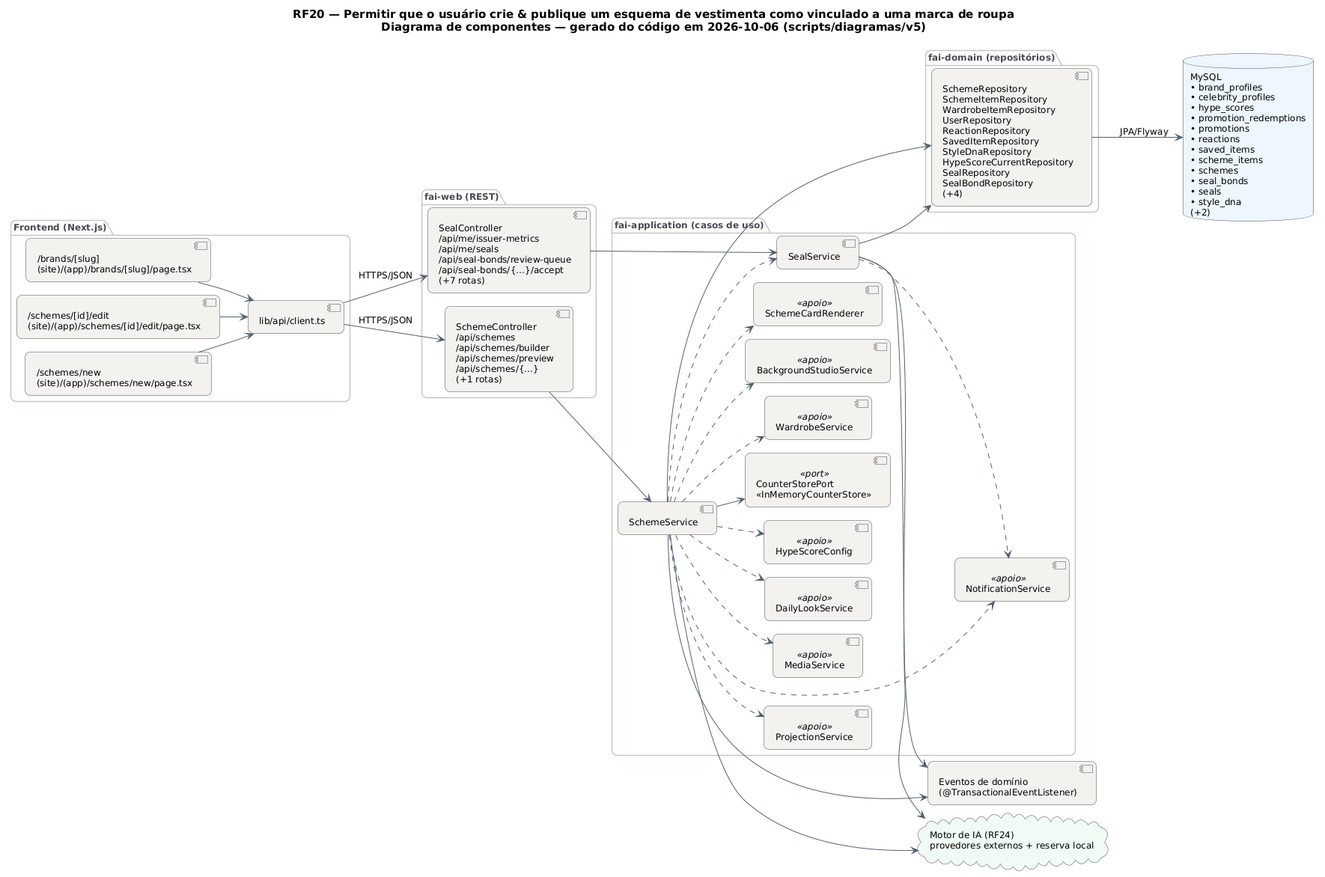
Before: docs/diagramas/RF20/RF20_Componentes.png, a diagram exported from PlantUML (MatheusHaliski/tcc-2026-fashion-ai-backend).
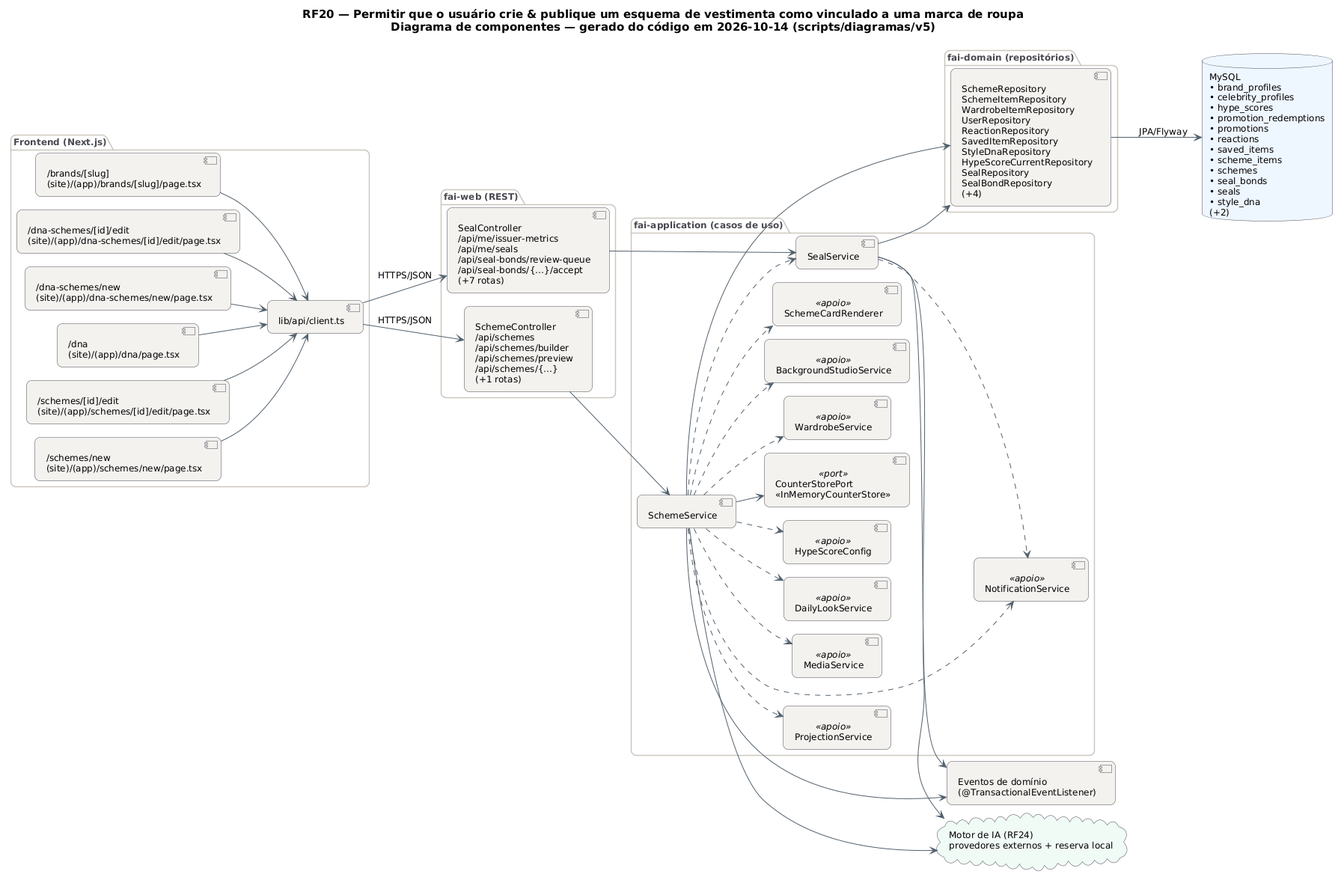
After the change.

What changed in the source:
```diff
@@ -29,12 +29,15 @@
   BorderColor #4A4852
 }
 left to right direction
-title RF20 — Permitir que o usuário crie & publique um esquema de vestimenta como vinculado a uma marca de roupa\nDiagrama de componentes — gerado do código em 2026-10-06 (scripts/diagramas/v5)
+title RF20 — Permitir que o usuário crie & publique um esquema de vestimenta como vinculado a uma marca de roupa\nDiagrama de componentes — gerado do código em 2026-10-14 (scripts/diagramas/v5)
 
 package "Frontend (Next.js)" {
   component "/brands/[slug]\n(site)/(app)/brands/[slug]/page.tsx" as FE0
-  component "/schemes/[id]/edit\n(site)/(app)/schemes/[id]/edit/page.tsx" as FE1
-  component "/schemes/new\n(site)/(app)/schemes/new/page.tsx" as FE2
+  component "/dna-schemes/[id]/edit\n(site)/(app)/dna-schemes/[id]/edit/page.tsx" as FE1
+  component "/dna-schemes/new\n(site)/(app)/dna-schemes/new/page.tsx" as FE2
+  component "/dna\n(site)/(app)/dna/page.tsx" as FE3
+  component "/schemes/[id]/edit\n(site)/(app)/schemes/[id]/edit/page.tsx" as FE4
+  component "/schemes/new\n(site)/(app)/schemes/new/page.tsx" as FE5
   component "lib/api/client.ts" as APIC
 }
 package "fai-web (REST)" {
@@ -65,6 +68,9 @@
 FE0 --> APIC
 FE1 --> APIC
 FE2 --> APIC
+FE3 --> APIC
+FE4 --> APIC
+FE5 --> APIC
 REPO_MySQL --> DB_MySQL : JPA/Flyway
 SchemeController --> SchemeService
 SchemeService --> AI
```
